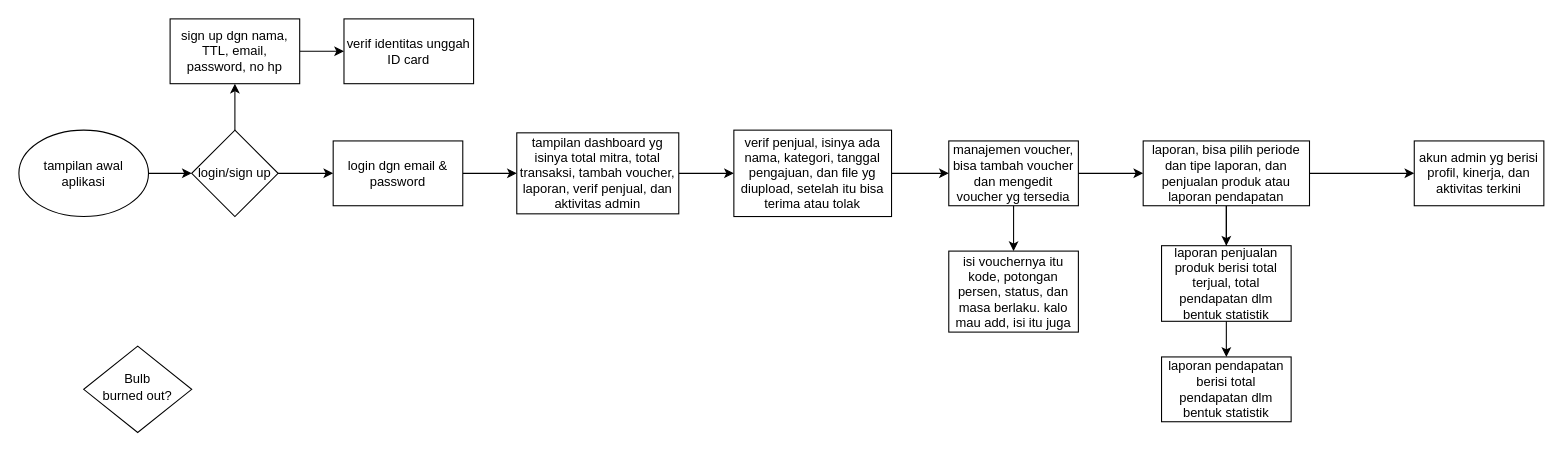
Earlier version of the draw.io diagram Diagram Tanpa Judul.drawio (farr4/DDP-SI6). Source tidied: cells renumbered, new cells numbered last; positions are measured from the earlier drawing's top-left corner, leaving out a move shared by most shapes. Both pictures are drawn from the tidied source at 108%, with x=0, y=0 at pixel (18, 18).
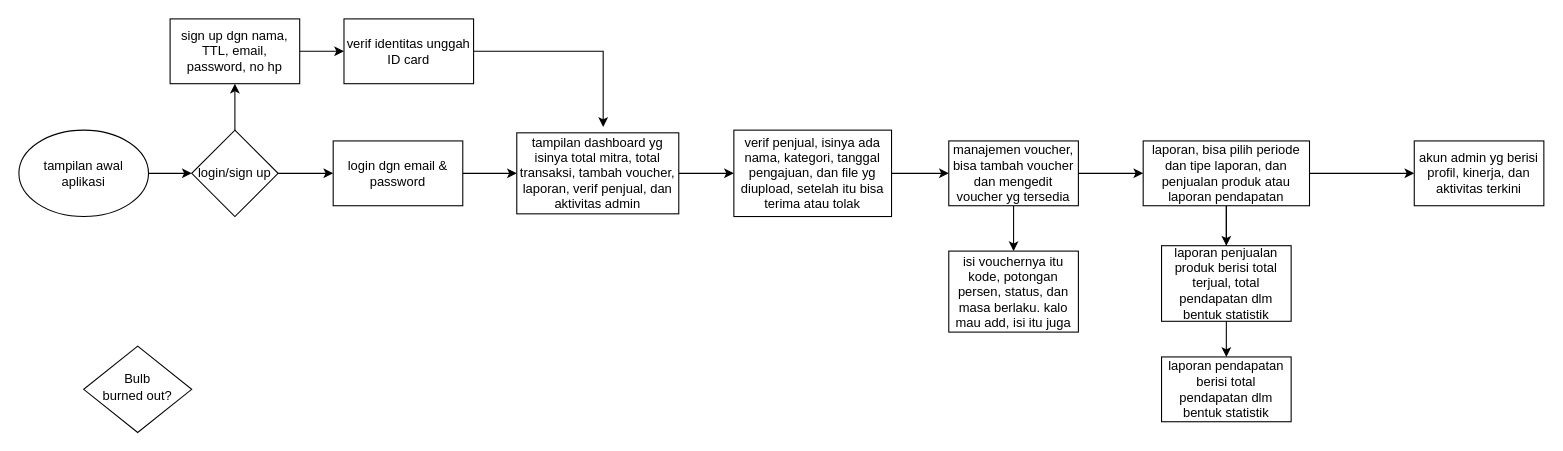
Above is the later version.

Commit message (it also covers changes not shown here):
user admin flow

The change refers to these unchanged cells:
```xml
<mxCell id="12" value="verif identitas unggah ID card" style="whiteSpace=wrap;html=1;" parent="1" vertex="1">
  <mxGeometry x="301" width="120" height="60" as="geometry" />
</mxCell>
```

Change to the diagram source:
```diff
@@
+    <mxCell id="28" style="endArrow=classic;html=1;rounded=0;exitX=1;exitY=0.5;exitDx=0;exitDy=0;" parent="1" edge="1" source="12">
+      <mxGeometry relative="1" as="geometry">
+        <mxPoint x="541" y="100" as="targetPoint" />
+        <Array as="points">
+          <mxPoint x="541" y="30" />
+        </Array>
+      </mxGeometry>
+    </mxCell>
```
